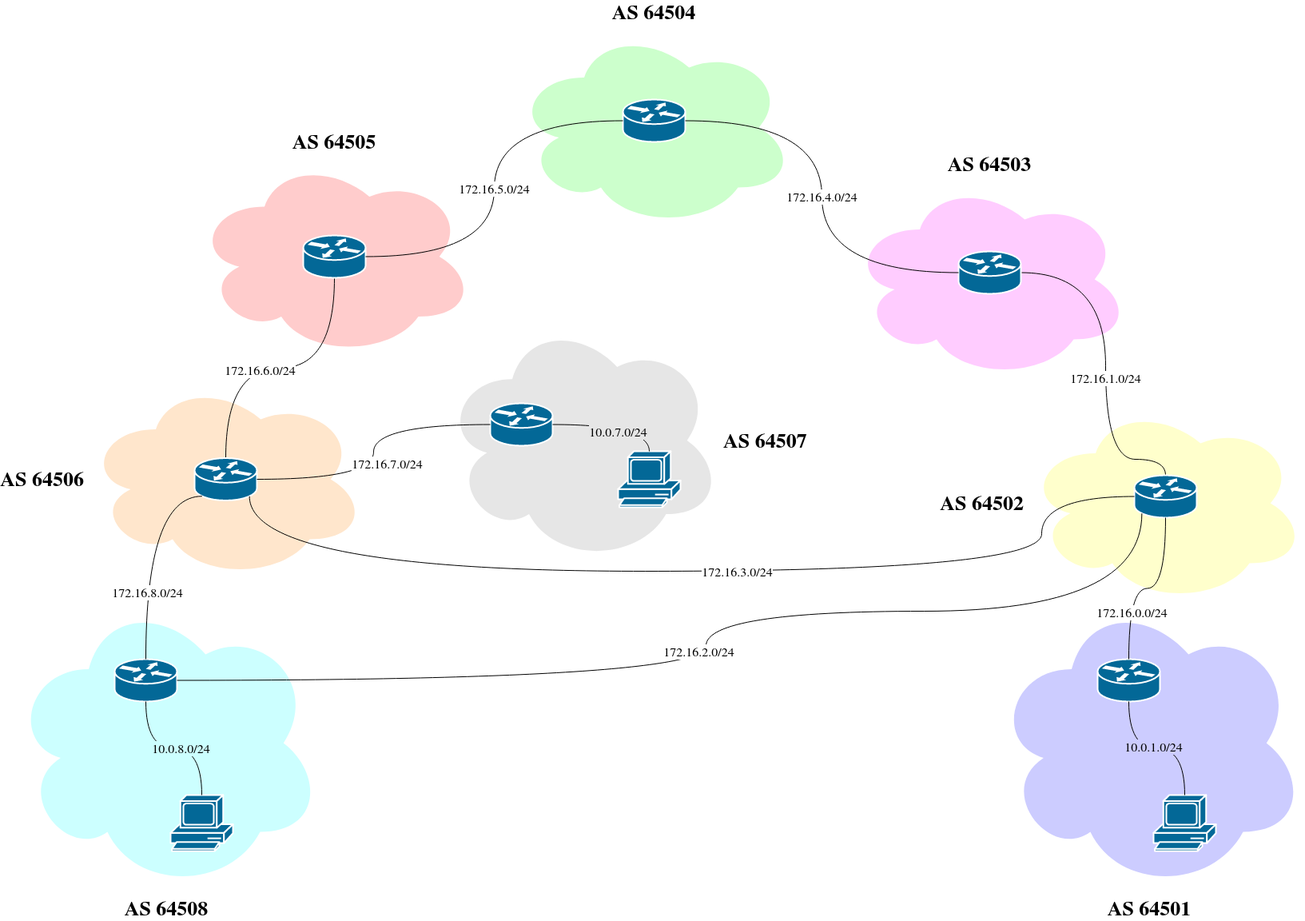
Earlier version of the draw.io export Network/Toy_Internet.png (giadom/Toy_Internet). Source tidied: cells renumbered, new cells last; positions are measured from the earlier drawing's top-left corner, leaving out a move shared by most shapes.
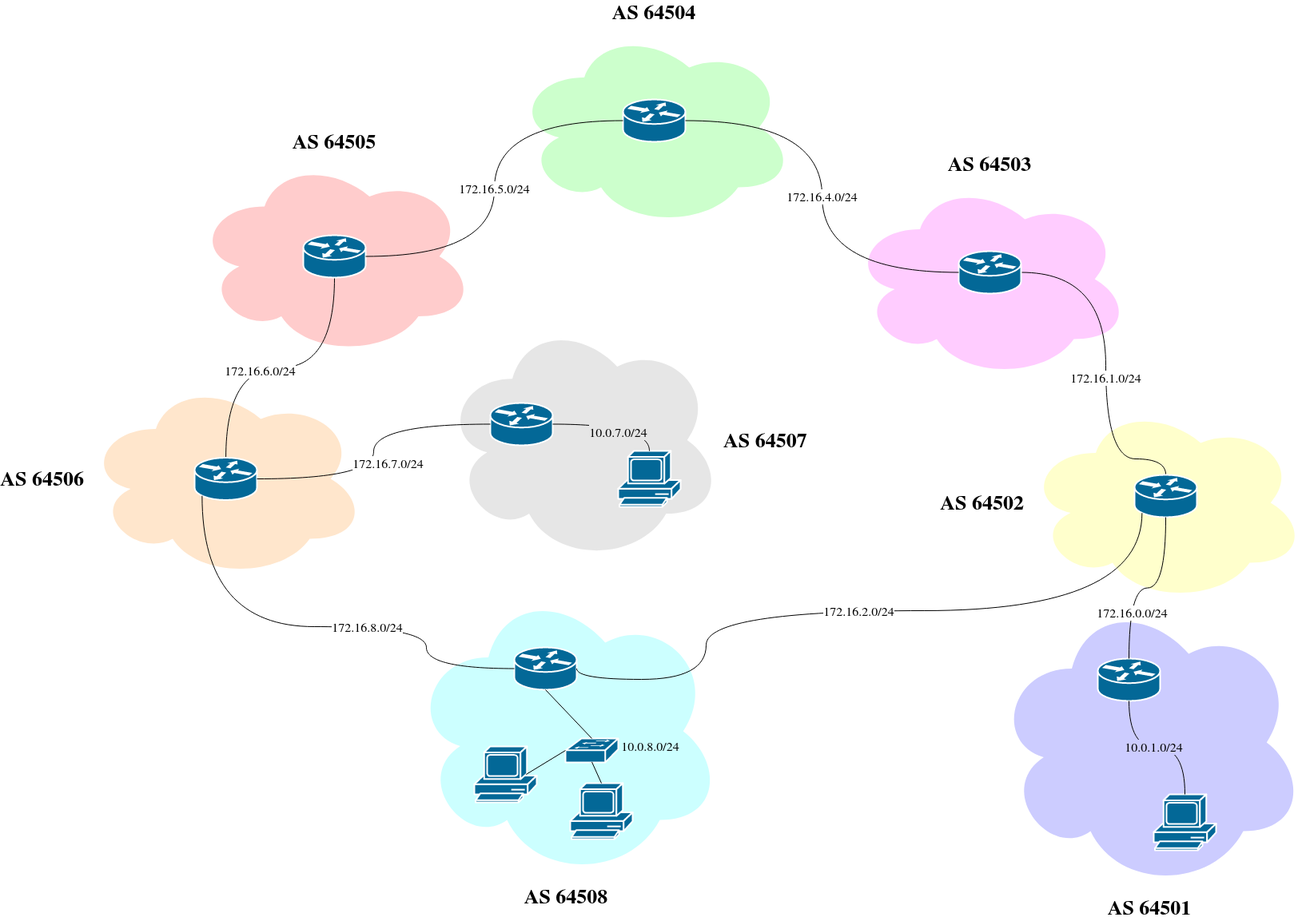
The same diagram one commit later.

Commit message:
Updated topolgy figure

The edit, as a diff of the source:
```diff
@@ -102,41 +102,27 @@
         <mxPoint x="38" y="-9" as="offset" />
       </mxGeometry>
     </mxCell>
-    <mxCell id="31" style="edgeStyle=orthogonalEdgeStyle;curved=1;rounded=0;jettySize=auto;html=1;exitX=0;exitY=0.5;exitDx=0;exitDy=0;exitPerimeter=0;entryX=0.88;entryY=0.9;entryDx=0;entryDy=0;entryPerimeter=0;endArrow=none;endFill=0;" parent="1" edge="1" source="15" target="23">
-      <mxGeometry relative="1" as="geometry">
-        <Array as="points">
-          <mxPoint x="1290" y="586" />
-          <mxPoint x="1290" y="680" />
-          <mxPoint x="299" y="680" />
-        </Array>
-      </mxGeometry>
-    </mxCell>
-    <mxCell id="32" value="&lt;font style=&quot;font-size: 16px;&quot;&gt;172.16.3.0/24&lt;/font&gt;" style="edgeLabel;html=1;align=center;verticalAlign=middle;" parent="31" vertex="1">
-      <mxGeometry x="-0.09" y="3" relative="1" as="geometry">
-        <mxPoint x="1" y="-3" as="offset" />
-      </mxGeometry>
-    </mxCell>
     <mxCell id="33" value="&lt;font style=&quot;font-size: 26px;&quot;&gt;AS 64508&lt;/font&gt;" style="ellipse;shape=cloud;whiteSpace=wrap;html=1;align=center;labelPosition=center;verticalLabelPosition=bottom;verticalAlign=top;strokeColor=none;fillColor=#CCFFFF;fontFamily=Verdana;fontSize=26;fontStyle=1;" parent="1" vertex="1">
-      <mxGeometry y="710" width="390" height="370" as="geometry" />
+      <mxGeometry x="500" y="696" width="390" height="370" as="geometry" />
     </mxCell>
     <mxCell id="34" style="shape=mxgraph.cisco.computers_and_peripherals.pc;sketch=0;html=1;dashed=0;fillColor=#036897;strokeColor=#ffffff;strokeWidth=2;verticalLabelPosition=bottom;verticalAlign=top;align=center;outlineConnect=0;" parent="1" vertex="1">
-      <mxGeometry x="200" y="960" width="78" height="70" as="geometry" />
+      <mxGeometry x="700" y="946" width="78" height="70" as="geometry" />
     </mxCell>
     <mxCell id="35" style="shape=mxgraph.cisco.routers.router;sketch=0;html=1;dashed=0;fillColor=#036897;strokeColor=#ffffff;strokeWidth=2;verticalLabelPosition=bottom;verticalAlign=top;align=center;outlineConnect=0;fontSize=17;" parent="1" vertex="1">
-      <mxGeometry x="130" y="790" width="78" height="53" as="geometry" />
+      <mxGeometry x="630" y="776" width="78" height="53" as="geometry" />
     </mxCell>
-    <mxCell id="36" style="edgeStyle=orthogonalEdgeStyle;curved=1;rounded=0;jettySize=auto;html=1;exitX=0.5;exitY=1;exitDx=0;exitDy=0;exitPerimeter=0;entryX=0.5;entryY=0;entryDx=0;entryDy=0;entryPerimeter=0;endArrow=none;endFill=0;" parent="1" edge="1" source="35" target="34">
-      <mxGeometry relative="1" as="geometry" />
-    </mxCell>
-    <mxCell id="37" value="&lt;font style=&quot;font-size: 16px;&quot;&gt;10.0.8.0/24&lt;/font&gt;" style="edgeLabel;html=1;align=center;verticalAlign=middle;labelBackgroundColor=#CCFFFF;" parent="36" vertex="1">
-      <mxGeometry x="0.09" relative="1" as="geometry" />
-    </mxCell>
-    <mxCell id="38" style="edgeStyle=orthogonalEdgeStyle;curved=1;rounded=0;jettySize=auto;html=1;exitX=0.12;exitY=0.9;exitDx=0;exitDy=0;exitPerimeter=0;entryX=0.5;entryY=0;entryDx=0;entryDy=0;entryPerimeter=0;endArrow=none;endFill=0;" parent="1" edge="1" source="23" target="35">
-      <mxGeometry relative="1" as="geometry" />
+    <mxCell id="38" style="edgeStyle=orthogonalEdgeStyle;curved=1;rounded=0;jettySize=auto;html=1;exitX=0.12;exitY=0.9;exitDx=0;exitDy=0;exitPerimeter=0;entryX=0;entryY=0.5;entryDx=0;entryDy=0;entryPerimeter=0;endArrow=none;endFill=0;" parent="1" edge="1" source="23" target="35">
+      <mxGeometry relative="1" as="geometry">
+        <Array as="points">
+          <mxPoint x="239" y="750" />
+          <mxPoint x="520" y="750" />
+          <mxPoint x="520" y="803" />
+        </Array>
+      </mxGeometry>
     </mxCell>
     <mxCell id="39" value="&lt;font style=&quot;font-size: 16px;&quot;&gt;172.16.8.0/24&lt;/font&gt;" style="edgeLabel;html=1;align=center;verticalAlign=middle;" parent="38" vertex="1">
       <mxGeometry x="0.4" y="1" relative="1" as="geometry">
-        <mxPoint y="-1" as="offset" />
+        <mxPoint x="-57" y="1" as="offset" />
       </mxGeometry>
     </mxCell>
     <mxCell id="40" style="edgeStyle=orthogonalEdgeStyle;curved=1;rounded=0;jettySize=auto;html=1;exitX=0.12;exitY=0.9;exitDx=0;exitDy=0;exitPerimeter=0;entryX=1;entryY=0.5;entryDx=0;entryDy=0;entryPerimeter=0;endArrow=none;endFill=0;" parent="1" edge="1" source="15" target="35">
@@ -150,8 +136,25 @@
     </mxCell>
     <mxCell id="41" value="&lt;font style=&quot;font-size: 16px;&quot;&gt;172.16.2.0/24&lt;/font&gt;" style="edgeLabel;html=1;align=center;verticalAlign=middle;" parent="40" vertex="1">
       <mxGeometry x="0.12" y="-24" relative="1" as="geometry">
-        <mxPoint x="30" y="-12" as="offset" />
+        <mxPoint x="44" y="24" as="offset" />
       </mxGeometry>
     </mxCell>
+    <mxCell id="42" style="shape=mxgraph.cisco.switches.workgroup_switch;sketch=0;html=1;dashed=0;fillColor=#036897;strokeColor=#ffffff;strokeWidth=2;verticalLabelPosition=bottom;verticalAlign=top;align=center;outlineConnect=0;" parent="1" vertex="1">
+      <mxGeometry x="694" y="890" width="66" height="30" as="geometry" />
+    </mxCell>
+    <mxCell id="43" style="shape=mxgraph.cisco.computers_and_peripherals.pc;sketch=0;html=1;dashed=0;fillColor=#036897;strokeColor=#ffffff;strokeWidth=2;verticalLabelPosition=bottom;verticalAlign=top;align=center;outlineConnect=0;" parent="1" vertex="1">
+      <mxGeometry x="580" y="900" width="78" height="70" as="geometry" />
+    </mxCell>
+    <mxCell id="37" value="&lt;font style=&quot;font-size: 16px;&quot;&gt;10.0.8.0/24&lt;/font&gt;" style="rounded=0;jettySize=auto;html=1;exitX=0.5;exitY=1;exitDx=0;exitDy=0;exitPerimeter=0;entryX=0.5;entryY=0;entryDx=0;entryDy=0;entryPerimeter=0;endArrow=none;endFill=0;labelBackgroundColor=#CCFFFF;" parent="1" edge="1" source="35" target="42">
+      <mxGeometry x="1" y="74" relative="1" as="geometry">
+        <mxPoint x="19" y="61" as="offset" />
+      </mxGeometry>
+    </mxCell>
+    <mxCell id="44" style="rounded=0;jettySize=auto;html=1;exitX=0.83;exitY=0.5;exitDx=0;exitDy=0;exitPerimeter=0;entryX=0;entryY=0.5;entryDx=0;entryDy=0;entryPerimeter=0;endArrow=none;endFill=0;" parent="1" edge="1" source="43" target="42">
+      <mxGeometry relative="1" as="geometry" />
+    </mxCell>
+    <mxCell id="45" style="edgeStyle=none;rounded=0;jettySize=auto;html=1;exitX=0.5;exitY=0.98;exitDx=0;exitDy=0;exitPerimeter=0;entryX=0.5;entryY=0;entryDx=0;entryDy=0;entryPerimeter=0;endArrow=none;endFill=0;" parent="1" edge="1" source="42" target="34">
+      <mxGeometry relative="1" as="geometry" />
+    </mxCell>
   </root>
 </mxGraphModel>
```
